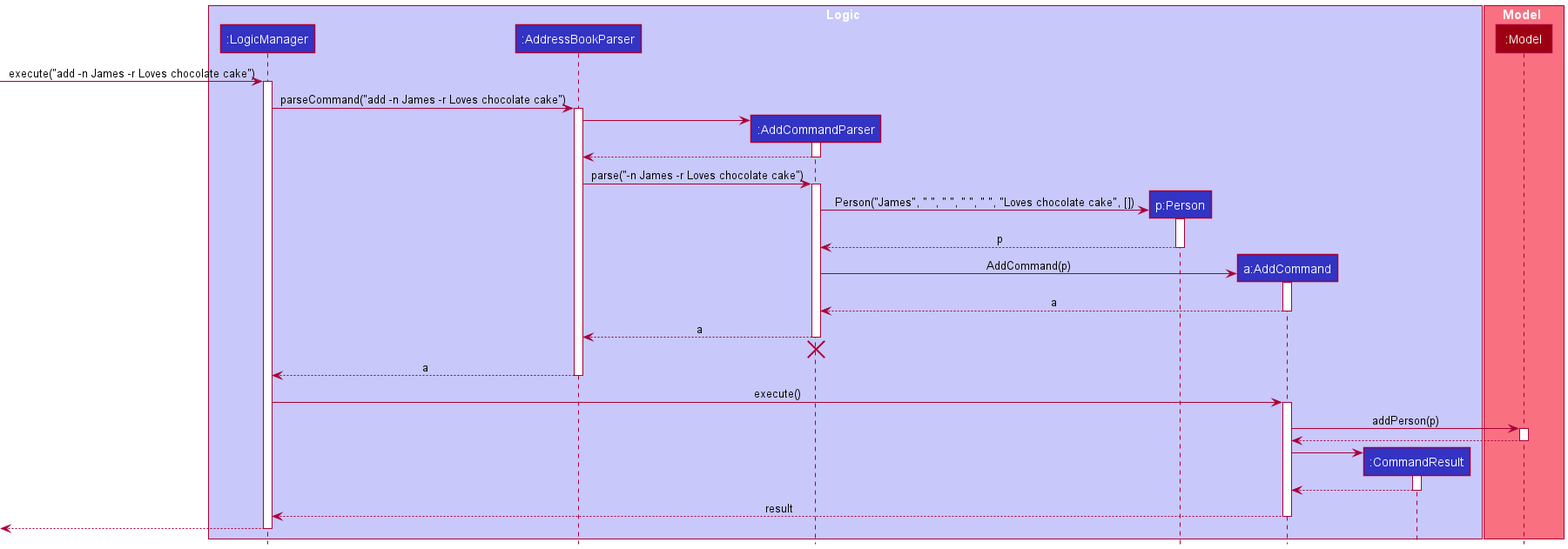
Above: docs/images/AddSequenceDiagram.png in nus-cs2103-AY2021S2/tp (PlantUML), before the change. Its diagram source:
```plantuml
@startuml
!include style.puml

box Logic LOGIC_COLOR_T1
participant ":LogicManager" as LogicManager LOGIC_COLOR
participant ":AddressBookParser" as AddressBookParser LOGIC_COLOR
participant ":AddCommandParser" as AddCommandParser LOGIC_COLOR
participant "p:Person" as Person LOGIC_COLOR
participant "a:AddCommand" as AddCommand LOGIC_COLOR
participant ":CommandResult" as CommandResult LOGIC_COLOR
end box

box Model MODEL_COLOR_T1
participant ":Model" as Model MODEL_COLOR
end box

[-> LogicManager : execute("add -n James -r Loves chocolate cake")
activate LogicManager

LogicManager -> AddressBookParser : parseCommand("add -n James -r Loves chocolate cake")
activate AddressBookParser

create AddCommandParser
AddressBookParser -> AddCommandParser
activate AddCommandParser

AddCommandParser --> AddressBookParser
deactivate AddCommandParser

AddressBookParser -> AddCommandParser : parse("-n James -r Loves chocolate cake")
activate AddCommandParser

create Person
AddCommandParser -> Person: Person("James", " ", " ", " ", " ", "Loves chocolate cake", [])
activate Person

Person --> AddCommandParser: p
deactivate Person

create AddCommand
AddCommandParser -> AddCommand: AddCommand(p)
activate AddCommand

AddCommand --> AddCommandParser : a
deactivate AddCommand

AddCommandParser --> AddressBookParser : a
deactivate AddCommandParser
AddCommandParser -[hidden]-> AddressBookParser
destroy AddCommandParser

AddressBookParser --> LogicManager : a
deactivate AddressBookParser

LogicManager -> AddCommand : execute()
activate AddCommand

AddCommand -> Model : addPerson(p)
activate Model

Model --> AddCommand
deactivate Model

create CommandResult
AddCommand -> CommandResult
activate CommandResult

CommandResult --> AddCommand
deactivate CommandResult

AddCommand --> LogicManager : result
deactivate AddCommand

[<--LogicManager
deactivate LogicManager
@enduml
```
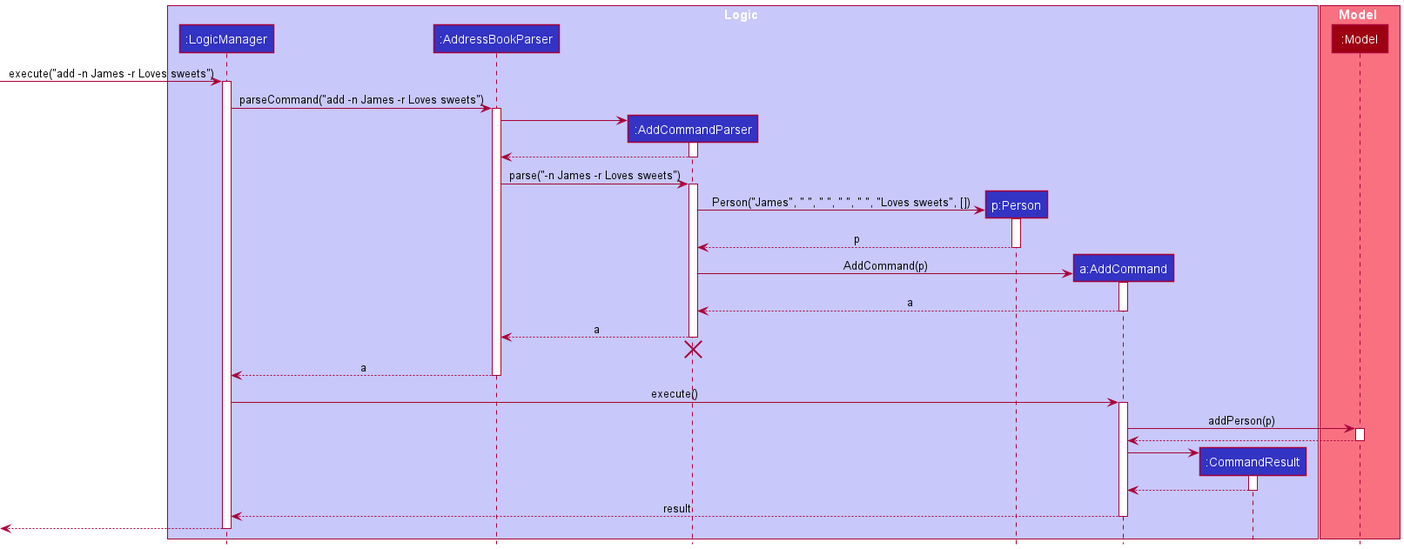
The same file after the commit.

The edit, as a diff of the source:
```diff
@@ -14,10 +14,10 @@
 participant ":Model" as Model MODEL_COLOR
 end box
 
-[-> LogicManager : execute("add -n James -r Loves chocolate cake")
+[-> LogicManager : execute("add -n James -r Loves sweets")
 activate LogicManager
 
-LogicManager -> AddressBookParser : parseCommand("add -n James -r Loves chocolate cake")
+LogicManager -> AddressBookParser : parseCommand("add -n James -r Loves sweets")
 activate AddressBookParser
 
 create AddCommandParser
@@ -27,11 +27,11 @@
 AddCommandParser --> AddressBookParser
 deactivate AddCommandParser
 
-AddressBookParser -> AddCommandParser : parse("-n James -r Loves chocolate cake")
+AddressBookParser -> AddCommandParser : parse("-n James -r Loves sweets")
 activate AddCommandParser
 
 create Person
-AddCommandParser -> Person: Person("James", " ", " ", " ", " ", "Loves chocolate cake", [])
+AddCommandParser -> Person: Person("James", " ", " ", " ", " ", "Loves sweets", [])
 activate Person
 
 Person --> AddCommandParser: p
```
